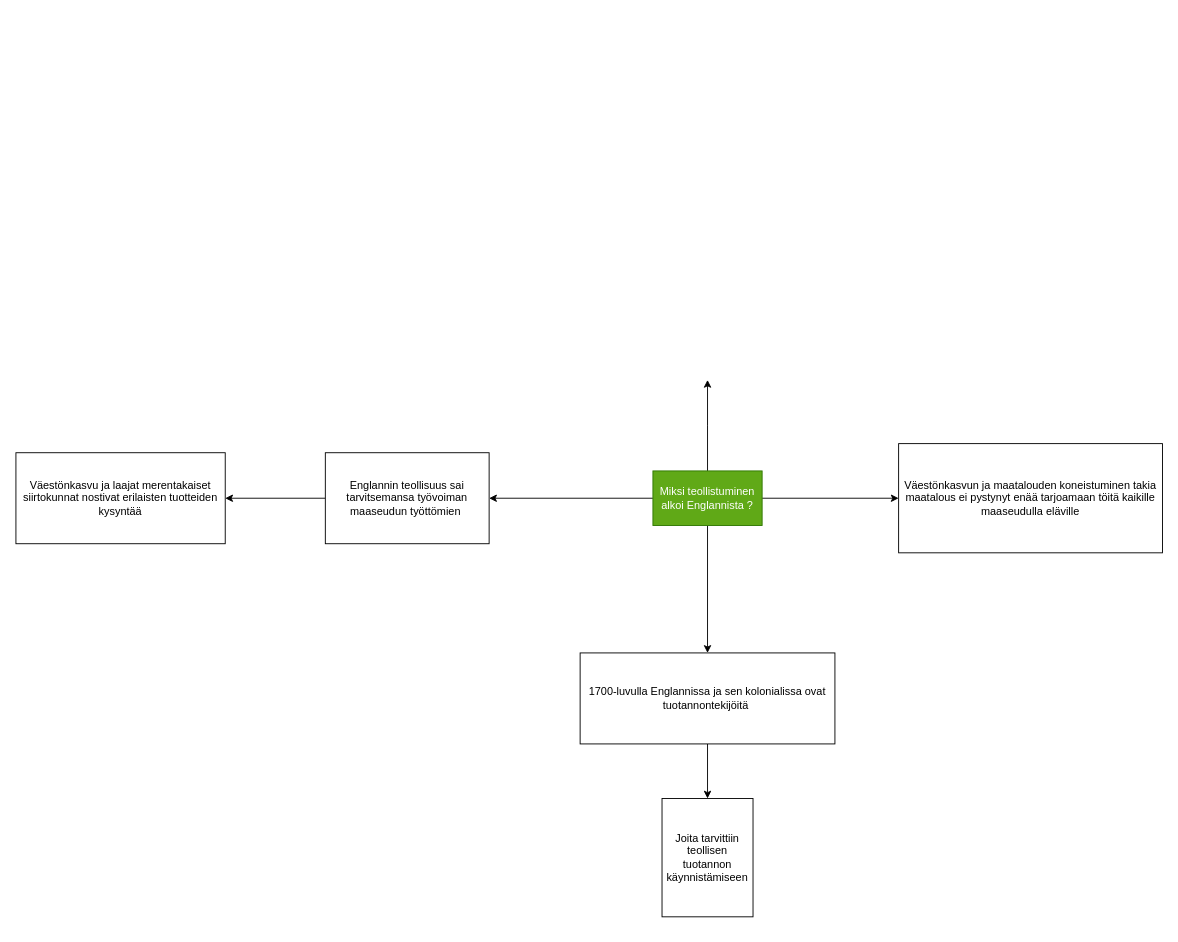
Earlier version of the draw.io diagram Teollistuminen Englannissa.drawio (LuanDaSamuel/History-mindmap). Source tidied: cells renumbered, new cells numbered last; positions are measured from the earlier drawing's top-left corner, leaving out a move shared by most shapes. Both pictures are drawn from the tidied source at 91%, with x=0, y=0 at pixel (15, 379).
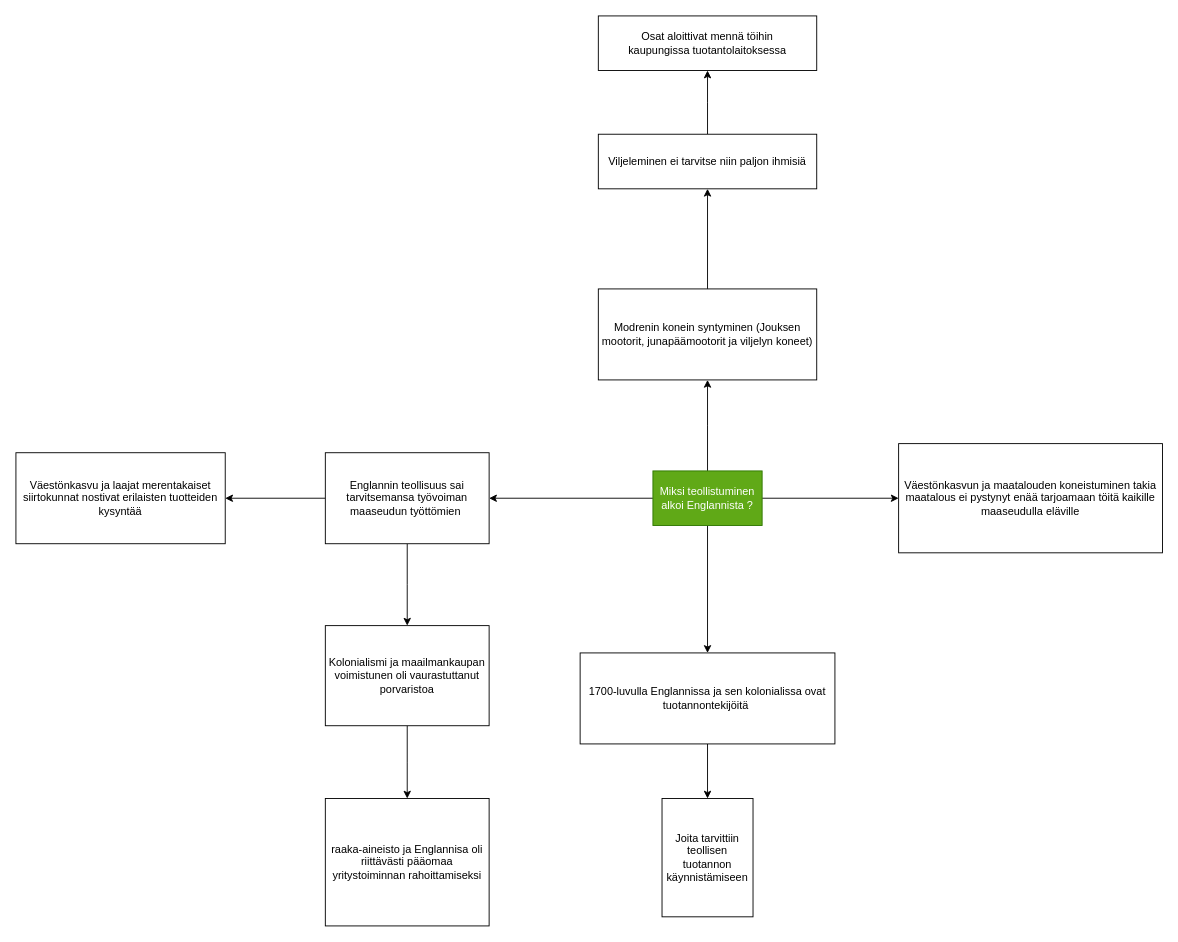
The same page after the edit.

The change refers to these unchanged cells:
```xml
<mxCell id="12" value="Englannin teollisuus sai tarvitsemansa työvoiman maaseudun työttömien&amp;nbsp;" style="whiteSpace=wrap;html=1;rounded=0;" parent="1" vertex="1">
  <mxGeometry x="340" y="80" width="180" height="100" as="geometry" />
</mxCell>
```

Diff of the diagram source:
```diff
@@
+    <mxCell id="14" style="edgeStyle=orthogonalEdgeStyle;rounded=0;jettySize=auto;html=1;" parent="1" edge="1" source="12">
+      <mxGeometry relative="1" as="geometry">
+        <mxPoint x="430" y="270" as="targetPoint" />
+      </mxGeometry>
+    </mxCell>
@@
+    <mxCell id="15" style="edgeStyle=orthogonalEdgeStyle;rounded=0;jettySize=auto;html=1;" parent="1" edge="1" source="16" target="20">
+      <mxGeometry relative="1" as="geometry" />
+    </mxCell>
+    <mxCell id="16" value="Modrenin konein syntyminen (Jouksen mootorit, junapäämootorit ja viljelyn koneet)" style="rounded=0;whiteSpace=wrap;html=1;" parent="1" vertex="1">
+      <mxGeometry x="640" y="-100" width="240" height="100" as="geometry" />
+    </mxCell>
+    <mxCell id="17" style="edgeStyle=orthogonalEdgeStyle;rounded=0;jettySize=auto;html=1;" parent="1" edge="1" source="18">
+      <mxGeometry relative="1" as="geometry">
+        <mxPoint x="430" y="460" as="targetPoint" />
+      </mxGeometry>
+    </mxCell>
+    <mxCell id="18" value="Kolonialismi ja maailmankaupan voimistunen oli vaurastuttanut porvaristoa" style="rounded=0;whiteSpace=wrap;html=1;" parent="1" vertex="1">
+      <mxGeometry x="340" y="270" width="180" height="110" as="geometry" />
+    </mxCell>
+    <mxCell id="19" style="edgeStyle=orthogonalEdgeStyle;rounded=0;jettySize=auto;html=1;" parent="1" edge="1" source="20">
+      <mxGeometry relative="1" as="geometry">
+        <mxPoint x="760" y="-340" as="targetPoint" />
+      </mxGeometry>
+    </mxCell>
+    <mxCell id="20" value="Viljeleminen ei tarvitse niin paljon ihmisiä" style="rounded=0;whiteSpace=wrap;html=1;" parent="1" vertex="1">
+      <mxGeometry x="640" y="-270" width="240" height="60" as="geometry" />
+    </mxCell>
+    <mxCell id="21" value="Osat aloittivat mennä töihin kaupungissa&amp;nbsp;tuotantolaitoksessa" style="rounded=0;whiteSpace=wrap;html=1;" parent="1" vertex="1">
+      <mxGeometry x="640" y="-400" width="240" height="60" as="geometry" />
+    </mxCell>
+    <mxCell id="22" value="raaka-aineisto ja Englannisa oli riittävästi pääomaa yritystoiminnan rahoittamiseksi" style="rounded=0;whiteSpace=wrap;html=1;" parent="1" vertex="1">
+      <mxGeometry x="340" y="460" width="180" height="140" as="geometry" />
+    </mxCell>
```
